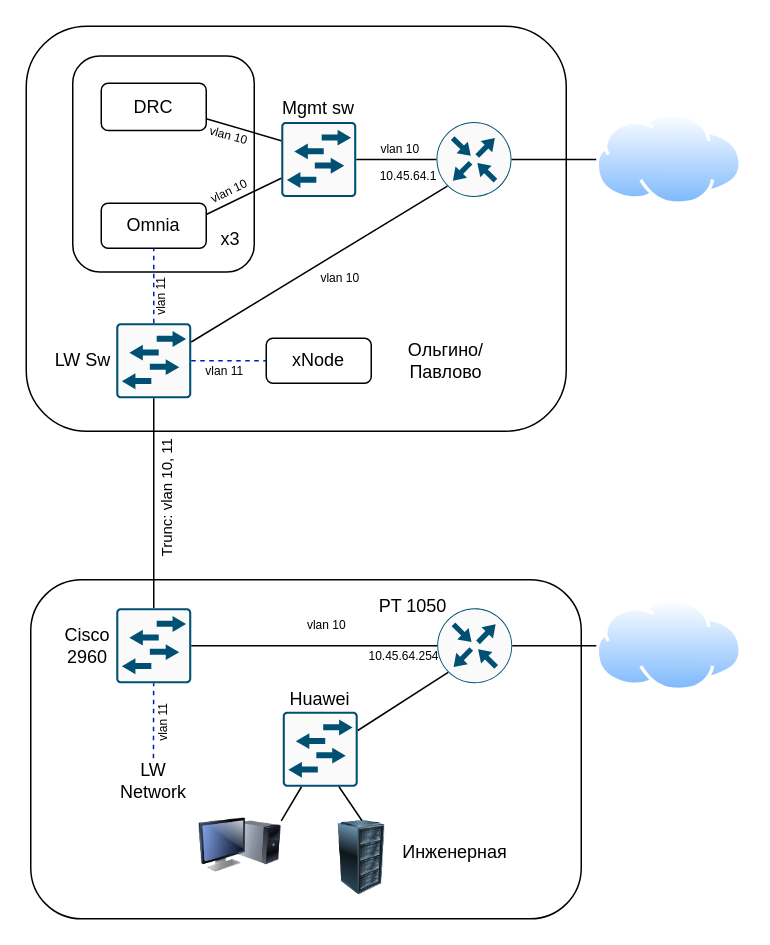
lovtsovk/RMG_SCHEMES keeps this draw.io diagram as page "Страница — 1" (1 of 2) of Питер.drawio. Above is the earlier version. Source tidied: cells renumbered, new cells numbered last; positions are measured from the earlier drawing's top-left corner, leaving out a move shared by most shapes. Both pictures are drawn from the tidied source at 150%, with x=0, y=0 at pixel (26, 26).
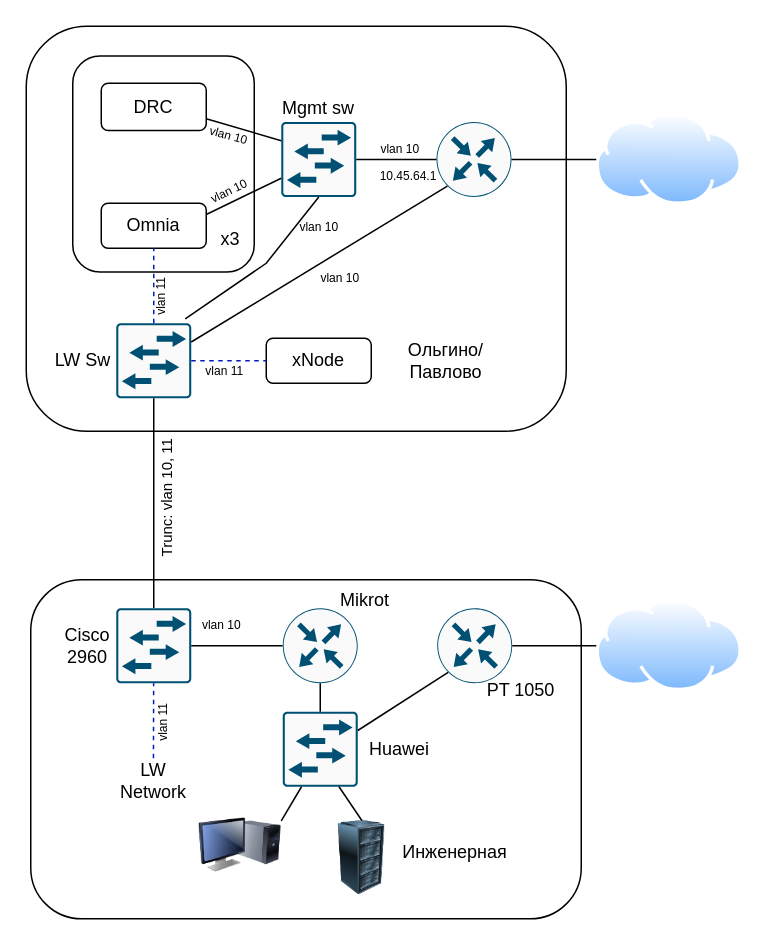
The same diagram, later.

Commit message:
Вариант с микротиком Питер.drawio

Unchanged cells that the change refers to:
```xml
<mxCell id="6" style="sketch=0;points=[[0.015,0.015,0],[0.985,0.015,0],[0.985,0.985,0],[0.015,0.985,0],[0.25,0,0],[0.5,0,0],[0.75,0,0],[1,0.25,0],[1,0.5,0],[1,0.75,0],[0.75,1,0],[0.5,1,0],[0.25,1,0],[0,0.75,0],[0,0.5,0],[0,0.25,0]];verticalLabelPosition=bottom;html=1;verticalAlign=top;align=center;shape=mxgraph.cisco19.rect;prIcon=l2_switch;fillColor=#FAFAFA;strokeColor=#005073;" parent="1" vertex="1">
  <mxGeometry x="170" y="63.8" width="50" height="50" as="geometry" />
</mxCell>
<mxCell id="21" style="sketch=0;points=[[0.015,0.015,0],[0.985,0.015,0],[0.985,0.985,0],[0.015,0.985,0],[0.25,0,0],[0.5,0,0],[0.75,0,0],[1,0.25,0],[1,0.5,0],[1,0.75,0],[0.75,1,0],[0.5,1,0],[0.25,1,0],[0,0.75,0],[0,0.5,0],[0,0.25,0]];verticalLabelPosition=bottom;html=1;verticalAlign=top;align=center;shape=mxgraph.cisco19.rect;prIcon=l2_switch;fillColor=#FAFAFA;strokeColor=#005073;" parent="1" vertex="1">
  <mxGeometry x="60" y="388" width="50" height="50" as="geometry" />
</mxCell>
<mxCell id="23" style="sketch=0;points=[[0.5,0,0],[1,0.5,0],[0.5,1,0],[0,0.5,0],[0.145,0.145,0],[0.8555,0.145,0],[0.855,0.8555,0],[0.145,0.855,0]];verticalLabelPosition=bottom;html=1;verticalAlign=top;align=center;shape=mxgraph.cisco19.rect;prIcon=router;fillColor=#FAFAFA;strokeColor=#005073;" parent="1" vertex="1">
  <mxGeometry x="274" y="388" width="50" height="50" as="geometry" />
</mxCell>
<mxCell id="42" value="vlan 11" style="text;html=1;align=center;verticalAlign=middle;whiteSpace=wrap;rounded=0;rotation=-90;fontSize=8;" parent="1" vertex="1">
  <mxGeometry x="61" y="164.8" width="59" height="31" as="geometry" />
</mxCell>
<mxCell id="46" style="sketch=0;points=[[0.015,0.015,0],[0.985,0.015,0],[0.985,0.985,0],[0.015,0.985,0],[0.25,0,0],[0.5,0,0],[0.75,0,0],[1,0.25,0],[1,0.5,0],[1,0.75,0],[0.75,1,0],[0.5,1,0],[0.25,1,0],[0,0.75,0],[0,0.5,0],[0,0.25,0]];verticalLabelPosition=bottom;html=1;verticalAlign=top;align=center;shape=mxgraph.cisco19.rect;prIcon=l2_switch;fillColor=#FAFAFA;strokeColor=#005073;" parent="1" vertex="1">
  <mxGeometry x="171" y="457" width="50" height="50" as="geometry" />
</mxCell>
```

Change to the diagram source:
```diff
@@
-    <mxCell id="24" style="endArrow=none;html=1;rounded=0;entryX=0;entryY=0.5;entryDx=0;entryDy=0;entryPerimeter=0;exitX=1;exitY=0.5;exitDx=0;exitDy=0;exitPerimeter=0;" parent="1" edge="1" source="21" target="23">
+    <mxCell id="24" style="endArrow=none;html=1;rounded=0;entryX=0;entryY=0.5;entryDx=0;entryDy=0;entryPerimeter=0;exitX=1;exitY=0.5;exitDx=0;exitDy=0;exitPerimeter=0;" parent="1" edge="1" source="21" target="53">
       <mxGeometry relative="1" as="geometry" />
     </mxCell>
@@
     <mxCell id="33" value="&lt;font style=&quot;font-size: 8px;&quot;&gt;vlan 10&lt;/font&gt;" style="text;html=1;align=center;verticalAlign=middle;whiteSpace=wrap;rounded=0;" parent="1" vertex="1">
-      <mxGeometry x="171" y="382.2" width="59" height="31" as="geometry" />
+      <mxGeometry x="101" y="382.2" width="59" height="31" as="geometry" />
     </mxCell>
@@
-    <mxCell id="35" value="10.45.64.254" style="text;html=1;align=center;verticalAlign=middle;whiteSpace=wrap;rounded=0;fontSize=8;" parent="1" vertex="1">
-      <mxGeometry x="232" y="415.2" width="40" height="10" as="geometry" />
-    </mxCell>
@@
     <mxCell id="45" value="PT 1050" style="text;html=1;align=center;verticalAlign=middle;whiteSpace=wrap;rounded=0;" parent="1" vertex="1">
-      <mxGeometry x="228" y="372" width="60" height="30" as="geometry" />
+      <mxGeometry x="300" y="428" width="60" height="30" as="geometry" />
     </mxCell>
@@
     <mxCell id="51" value="Hu&lt;span style=&quot;background-color: transparent; color: light-dark(rgb(0, 0, 0), rgb(255, 255, 255));&quot;&gt;awei&lt;/span&gt;" style="text;html=1;align=center;verticalAlign=middle;whiteSpace=wrap;rounded=0;" parent="1" vertex="1">
-      <mxGeometry x="166" y="434" width="60" height="30" as="geometry" />
+      <mxGeometry x="219" y="467" width="60" height="30" as="geometry" />
     </mxCell>
@@
+    <mxCell id="53" style="sketch=0;points=[[0.5,0,0],[1,0.5,0],[0.5,1,0],[0,0.5,0],[0.145,0.145,0],[0.8555,0.145,0],[0.855,0.8555,0],[0.145,0.855,0]];verticalLabelPosition=bottom;html=1;verticalAlign=top;align=center;shape=mxgraph.cisco19.rect;prIcon=router;fillColor=#FAFAFA;strokeColor=#005073;" parent="1" vertex="1">
+      <mxGeometry x="171" y="388" width="50" height="50" as="geometry" />
+    </mxCell>
+    <mxCell id="54" style="endArrow=none;html=1;rounded=0;entryX=0.5;entryY=1;entryDx=0;entryDy=0;entryPerimeter=0;exitX=0.5;exitY=0;exitDx=0;exitDy=0;exitPerimeter=0;" parent="1" edge="1" source="46" target="53">
+      <mxGeometry relative="1" as="geometry" />
+    </mxCell>
+    <mxCell id="55" value="Mikrot" style="text;html=1;align=center;verticalAlign=middle;whiteSpace=wrap;rounded=0;" parent="1" vertex="1">
+      <mxGeometry x="196" y="368" width="60" height="30" as="geometry" />
+    </mxCell>
+    <mxCell id="56" style="endArrow=none;html=1;rounded=0;entryX=0.5;entryY=1;entryDx=0;entryDy=0;entryPerimeter=0;exitX=0.25;exitY=1;exitDx=0;exitDy=0;" parent="1" edge="1" source="42" target="6">
+      <mxGeometry relative="1" as="geometry">
+        <Array as="points">
+          <mxPoint x="160" y="158" />
+        </Array>
+      </mxGeometry>
+    </mxCell>
+    <mxCell id="57" value="vlan 10" style="text;html=1;align=center;verticalAlign=middle;whiteSpace=wrap;rounded=0;fontSize=8;" parent="1" vertex="1">
+      <mxGeometry x="165.5" y="118" width="59" height="31" as="geometry" />
+    </mxCell>
```
